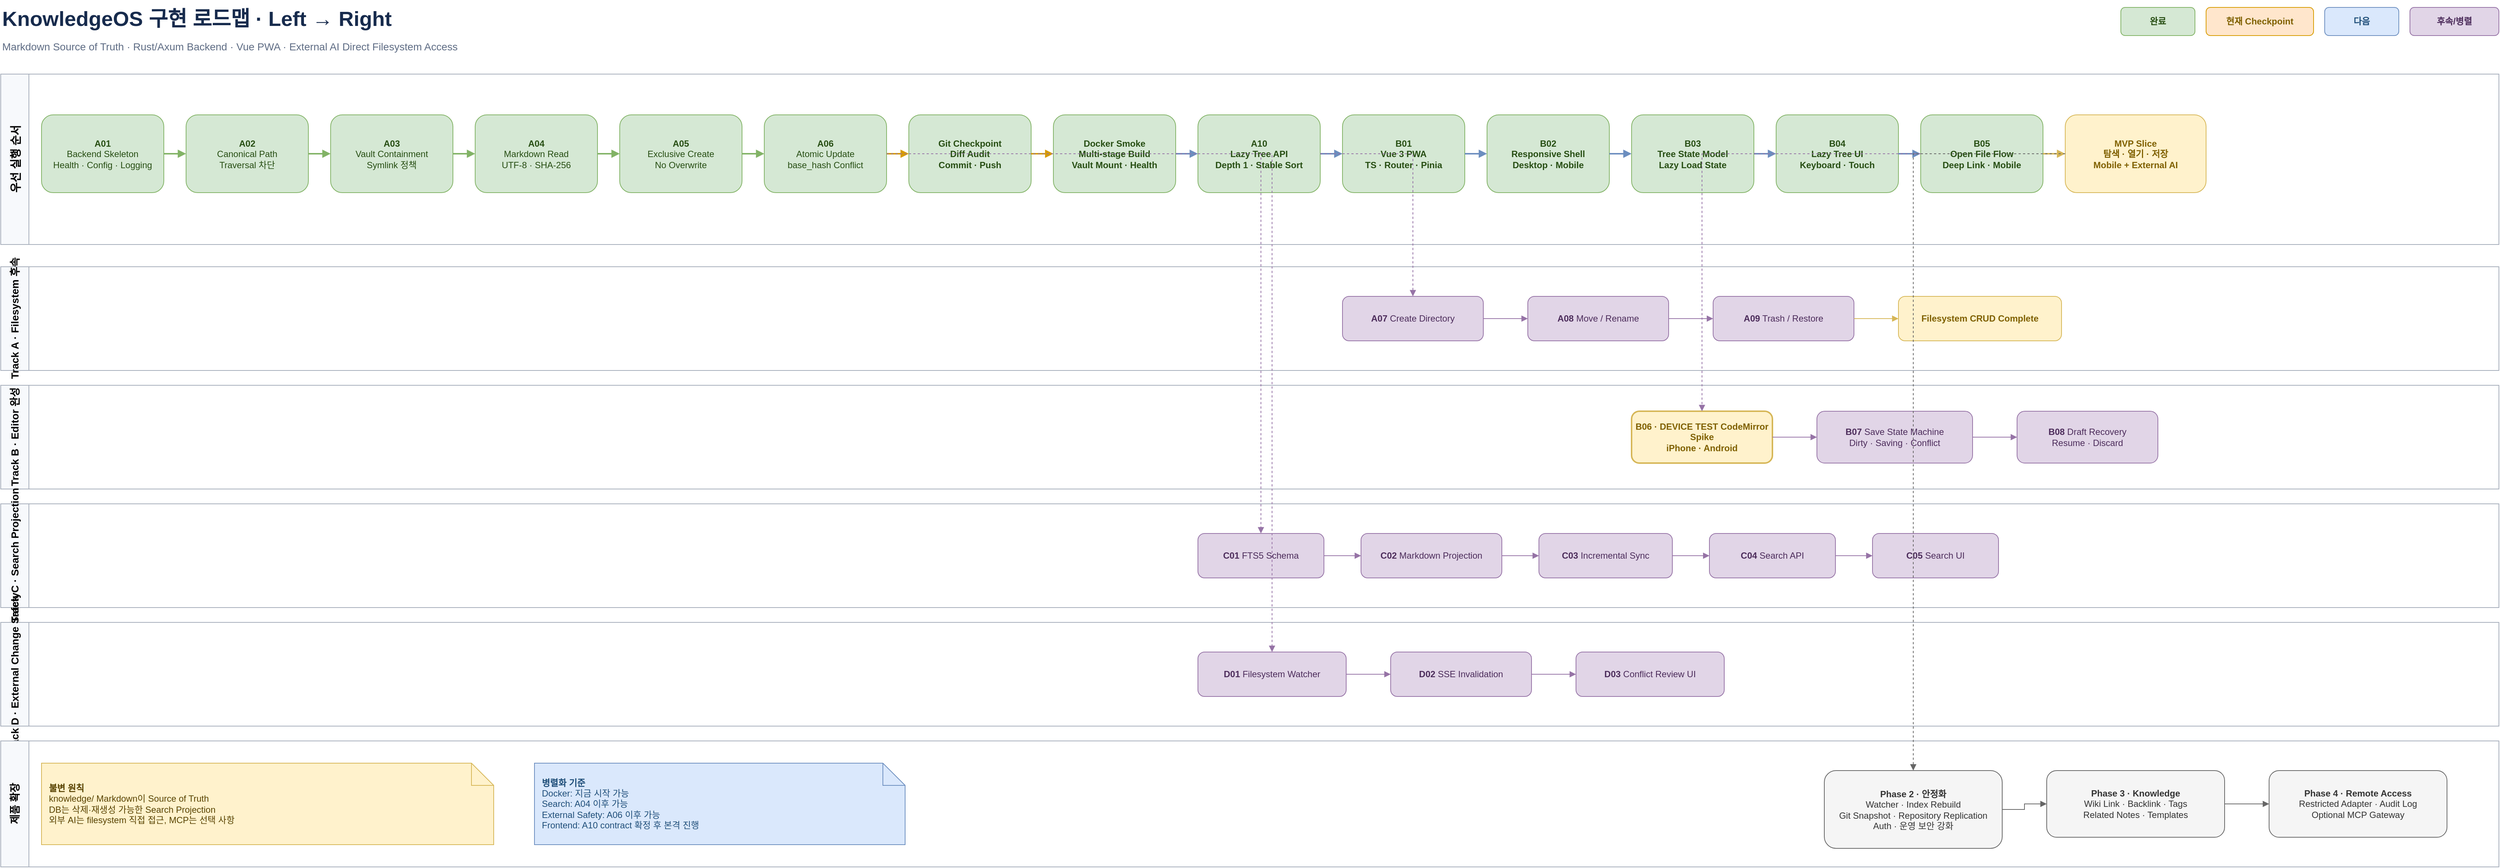
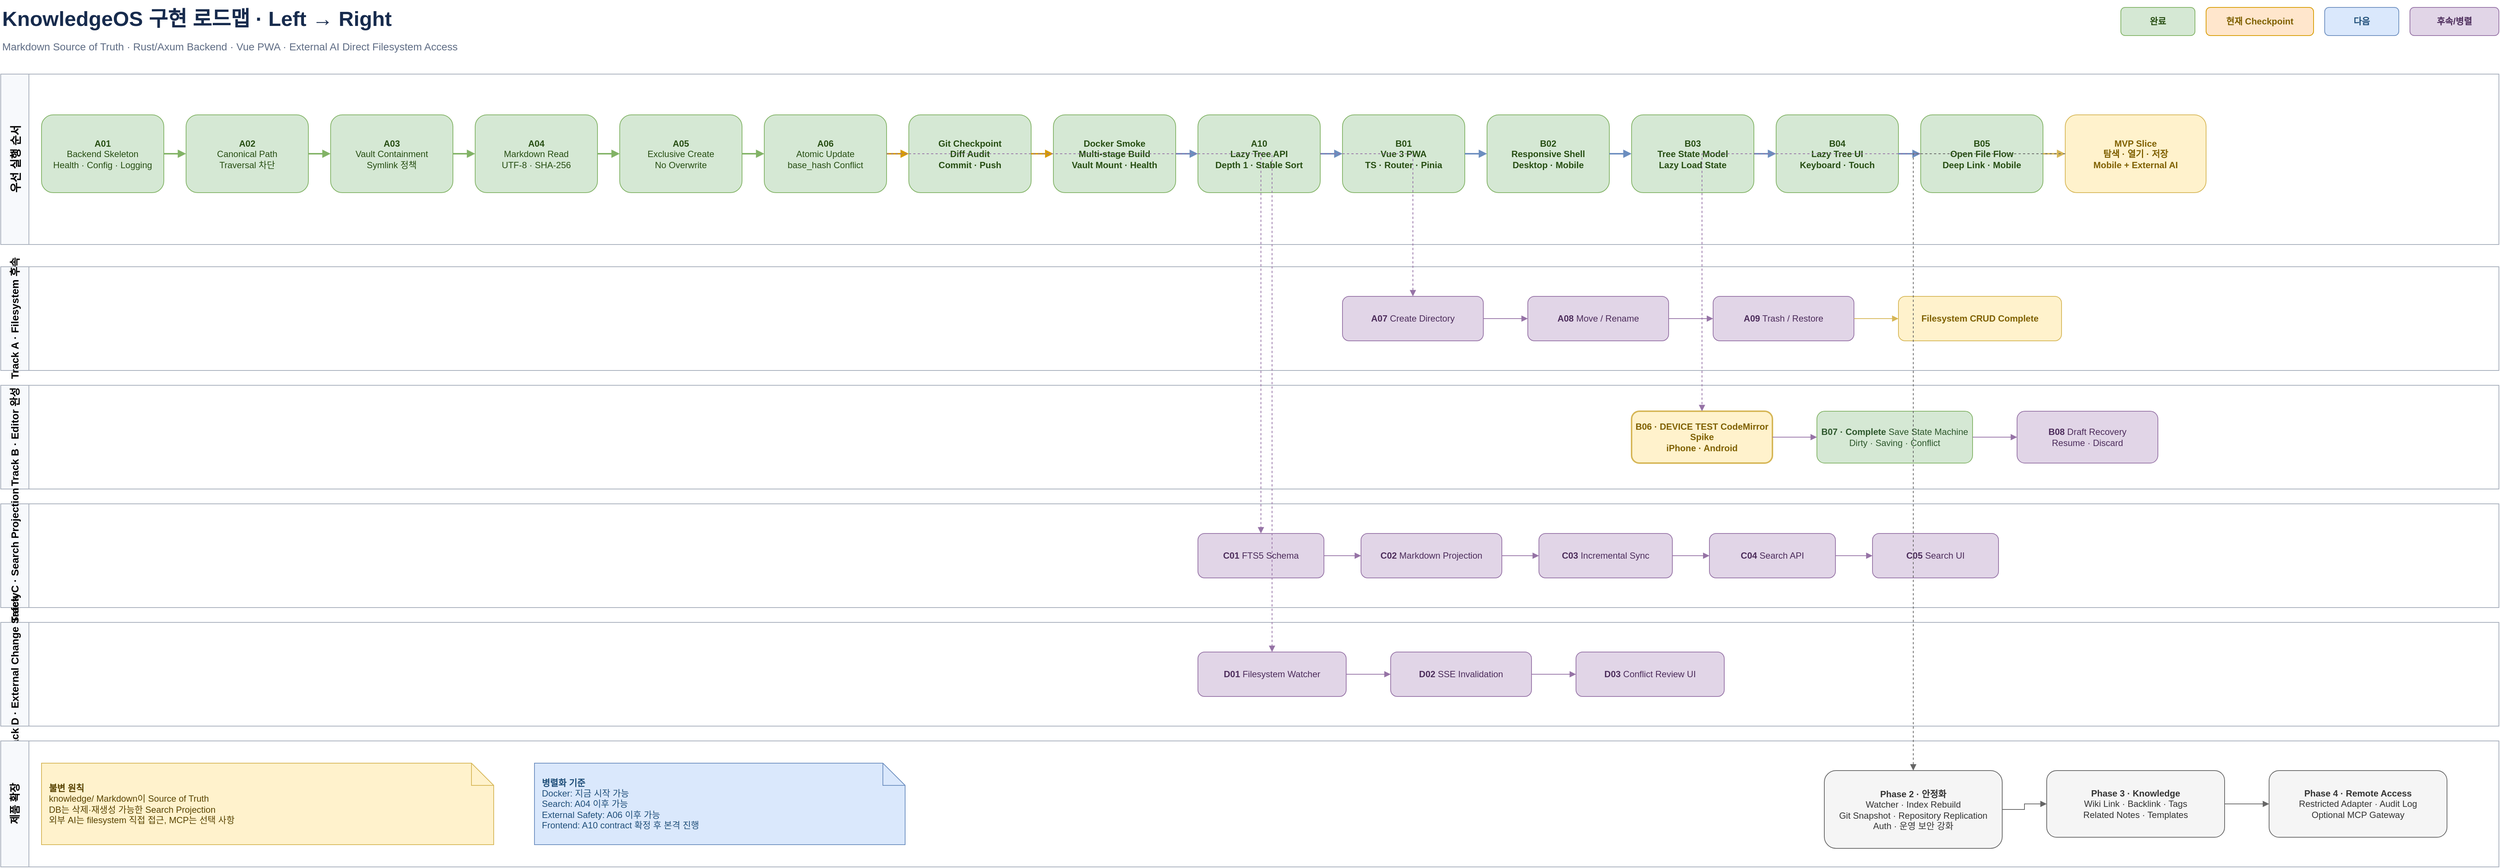
<mxfile host="app.diagrams.net" modified="2026-07-19T00:00:00.000Z" agent="KnowledgeOS" version="26.0.9" type="device">
  <diagram id="knowledgeos-roadmap" name="KnowledgeOS Roadmap">
    <mxGraphModel dx="1600" dy="900" grid="1" gridSize="10" guides="1" tooltips="1" connect="1" arrows="1" fold="1" page="1" pageScale="1" pageWidth="4000" pageHeight="1400" math="0" shadow="0">
      <root>
        <mxCell id="0"/>
        <mxCell id="1" parent="0"/>

        <mxCell id="title" value="KnowledgeOS 구현 로드맵 · Left → Right" style="text;html=1;align=left;verticalAlign=middle;fontSize=28;fontStyle=1;fontColor=#172B4D;" vertex="1" parent="1">
          <mxGeometry x="40" y="20" width="760" height="50" as="geometry"/>
        </mxCell>
        <mxCell id="subtitle" value="Markdown Source of Truth · Rust/Axum Backend · Vue PWA · External AI Direct Filesystem Access" style="text;html=1;align=left;verticalAlign=middle;fontSize=14;fontColor=#5E6C84;" vertex="1" parent="1">
          <mxGeometry x="40" y="68" width="1100" height="30" as="geometry"/>
        </mxCell>

        <mxCell id="legend_done" value="완료" style="rounded=1;whiteSpace=wrap;html=1;fillColor=#D5E8D4;strokeColor=#82B366;fontColor=#274E13;fontStyle=1;" vertex="1" parent="1">
          <mxGeometry x="2900" y="30" width="100" height="38" as="geometry"/>
        </mxCell>
        <mxCell id="legend_now" value="현재 Checkpoint" style="rounded=1;whiteSpace=wrap;html=1;fillColor=#FFE6CC;strokeColor=#D79B00;fontColor=#7F6000;fontStyle=1;" vertex="1" parent="1">
          <mxGeometry x="3015" y="30" width="145" height="38" as="geometry"/>
        </mxCell>
        <mxCell id="legend_next" value="다음" style="rounded=1;whiteSpace=wrap;html=1;fillColor=#DAE8FC;strokeColor=#6C8EBF;fontColor=#1F4E79;fontStyle=1;" vertex="1" parent="1">
          <mxGeometry x="3175" y="30" width="100" height="38" as="geometry"/>
        </mxCell>
        <mxCell id="legend_later" value="후속/병렬" style="rounded=1;whiteSpace=wrap;html=1;fillColor=#E1D5E7;strokeColor=#9673A6;fontColor=#4C2C5B;fontStyle=1;" vertex="1" parent="1">
          <mxGeometry x="3290" y="30" width="120" height="38" as="geometry"/>
        </mxCell>

        <mxCell id="lane_main" value="우선 실행 순서" style="swimlane;html=1;horizontal=0;startSize=38;fillColor=#F7F9FC;swimlaneFillColor=#FFFFFF;strokeColor=#A5ADBA;fontStyle=1;fontSize=15;" vertex="1" parent="1">
          <mxGeometry x="40" y="120" width="3370" height="230" as="geometry"/>
        </mxCell>
        <mxCell id="lane_fs" value="Track A · Filesystem 후속" style="swimlane;html=1;horizontal=0;startSize=38;fillColor=#F7F9FC;swimlaneFillColor=#FFFFFF;strokeColor=#A5ADBA;fontStyle=1;fontSize=14;" vertex="1" parent="1">
          <mxGeometry x="40" y="380" width="3370" height="140" as="geometry"/>
        </mxCell>
        <mxCell id="lane_editor" value="Track B · Editor 완성" style="swimlane;html=1;horizontal=0;startSize=38;fillColor=#F7F9FC;swimlaneFillColor=#FFFFFF;strokeColor=#A5ADBA;fontStyle=1;fontSize=14;" vertex="1" parent="1">
          <mxGeometry x="40" y="540" width="3370" height="140" as="geometry"/>
        </mxCell>
        <mxCell id="lane_search" value="Track C · Search Projection" style="swimlane;html=1;horizontal=0;startSize=38;fillColor=#F7F9FC;swimlaneFillColor=#FFFFFF;strokeColor=#A5ADBA;fontStyle=1;fontSize=14;" vertex="1" parent="1">
          <mxGeometry x="40" y="700" width="3370" height="140" as="geometry"/>
        </mxCell>
        <mxCell id="lane_external" value="Track D · External Change Safety" style="swimlane;html=1;horizontal=0;startSize=38;fillColor=#F7F9FC;swimlaneFillColor=#FFFFFF;strokeColor=#A5ADBA;fontStyle=1;fontSize=14;" vertex="1" parent="1">
          <mxGeometry x="40" y="860" width="3370" height="140" as="geometry"/>
        </mxCell>
        <mxCell id="lane_future" value="제품 확장" style="swimlane;html=1;horizontal=0;startSize=38;fillColor=#F7F9FC;swimlaneFillColor=#FFFFFF;strokeColor=#A5ADBA;fontStyle=1;fontSize=14;" vertex="1" parent="1">
          <mxGeometry x="40" y="1020" width="3370" height="170" as="geometry"/>
        </mxCell>

        <mxCell id="a01" value="&lt;b&gt;A01&lt;/b&gt;&#xa;Backend Skeleton&#xa;Health · Config · Logging" style="rounded=1;whiteSpace=wrap;html=1;fillColor=#D5E8D4;strokeColor=#82B366;fontColor=#274E13;" vertex="1" parent="1"><mxGeometry x="95" y="175" width="165" height="105" as="geometry"/></mxCell>
        <mxCell id="a02" value="&lt;b&gt;A02&lt;/b&gt;&#xa;Canonical Path&#xa;Traversal 차단" style="rounded=1;whiteSpace=wrap;html=1;fillColor=#D5E8D4;strokeColor=#82B366;fontColor=#274E13;" vertex="1" parent="1"><mxGeometry x="290" y="175" width="165" height="105" as="geometry"/></mxCell>
        <mxCell id="a03" value="&lt;b&gt;A03&lt;/b&gt;&#xa;Vault Containment&#xa;Symlink 정책" style="rounded=1;whiteSpace=wrap;html=1;fillColor=#D5E8D4;strokeColor=#82B366;fontColor=#274E13;" vertex="1" parent="1"><mxGeometry x="485" y="175" width="165" height="105" as="geometry"/></mxCell>
        <mxCell id="a04" value="&lt;b&gt;A04&lt;/b&gt;&#xa;Markdown Read&#xa;UTF-8 · SHA-256" style="rounded=1;whiteSpace=wrap;html=1;fillColor=#D5E8D4;strokeColor=#82B366;fontColor=#274E13;" vertex="1" parent="1"><mxGeometry x="680" y="175" width="165" height="105" as="geometry"/></mxCell>
        <mxCell id="a05" value="&lt;b&gt;A05&lt;/b&gt;&#xa;Exclusive Create&#xa;No Overwrite" style="rounded=1;whiteSpace=wrap;html=1;fillColor=#D5E8D4;strokeColor=#82B366;fontColor=#274E13;" vertex="1" parent="1"><mxGeometry x="875" y="175" width="165" height="105" as="geometry"/></mxCell>
        <mxCell id="a06" value="&lt;b&gt;A06&lt;/b&gt;&#xa;Atomic Update&#xa;base_hash Conflict" style="rounded=1;whiteSpace=wrap;html=1;fillColor=#D5E8D4;strokeColor=#82B366;fontColor=#274E13;" vertex="1" parent="1"><mxGeometry x="1070" y="175" width="165" height="105" as="geometry"/></mxCell>
        <mxCell id="git_checkpoint" value="&lt;b&gt;Git Checkpoint&lt;/b&gt;&#xa;Diff Audit&#xa;Commit · Push" style="rounded=1;whiteSpace=wrap;html=1;fillColor=#D5E8D4;strokeColor=#82B366;fontColor=#274E13;fontStyle=1;" vertex="1" parent="1"><mxGeometry x="1265" y="175" width="165" height="105" as="geometry"/></mxCell>
        <mxCell id="docker" value="&lt;b&gt;Docker Smoke&lt;/b&gt;&#xa;Multi-stage Build&#xa;Vault Mount · Health" style="rounded=1;whiteSpace=wrap;html=1;fillColor=#D5E8D4;strokeColor=#82B366;fontColor=#274E13;fontStyle=1;" vertex="1" parent="1"><mxGeometry x="1460" y="175" width="165" height="105" as="geometry"/></mxCell>
        <mxCell id="a10" value="&lt;b&gt;A10&lt;/b&gt;&#xa;Lazy Tree API&#xa;Depth 1 · Stable Sort" style="rounded=1;whiteSpace=wrap;html=1;fillColor=#D5E8D4;strokeColor=#82B366;fontColor=#274E13;fontStyle=1;" vertex="1" parent="1"><mxGeometry x="1655" y="175" width="165" height="105" as="geometry"/></mxCell>
        <mxCell id="b01" value="&lt;b&gt;B01&lt;/b&gt;&#xa;Vue 3 PWA&#xa;TS · Router · Pinia" style="rounded=1;whiteSpace=wrap;html=1;fillColor=#D5E8D4;strokeColor=#82B366;fontColor=#274E13;fontStyle=1;" vertex="1" parent="1"><mxGeometry x="1850" y="175" width="165" height="105" as="geometry"/></mxCell>
        <mxCell id="b02" value="&lt;b&gt;B02&lt;/b&gt;&#xa;Responsive Shell&#xa;Desktop · Mobile" style="rounded=1;whiteSpace=wrap;html=1;fillColor=#D5E8D4;strokeColor=#82B366;fontColor=#274E13;fontStyle=1;" vertex="1" parent="1"><mxGeometry x="2045" y="175" width="165" height="105" as="geometry"/></mxCell>
        <mxCell id="b03" value="&lt;b&gt;B03&lt;/b&gt;&#xa;Tree State Model&#xa;Lazy Load State" style="rounded=1;whiteSpace=wrap;html=1;fillColor=#D5E8D4;strokeColor=#82B366;fontColor=#274E13;fontStyle=1;" vertex="1" parent="1"><mxGeometry x="2240" y="175" width="165" height="105" as="geometry"/></mxCell>
        <mxCell id="b04" value="&lt;b&gt;B04&lt;/b&gt;&#xa;Lazy Tree UI&#xa;Keyboard · Touch" style="rounded=1;whiteSpace=wrap;html=1;fillColor=#D5E8D4;strokeColor=#82B366;fontColor=#274E13;fontStyle=1;" vertex="1" parent="1"><mxGeometry x="2435" y="175" width="165" height="105" as="geometry"/></mxCell>
        <mxCell id="b05" value="&lt;b&gt;B05&lt;/b&gt;&#xa;Open File Flow&#xa;Deep Link · Mobile" style="rounded=1;whiteSpace=wrap;html=1;fillColor=#D5E8D4;strokeColor=#82B366;fontColor=#274E13;fontStyle=1;" vertex="1" parent="1"><mxGeometry x="2630" y="175" width="165" height="105" as="geometry"/></mxCell>
        <mxCell id="mvp_slice" value="&lt;b&gt;MVP Slice&lt;/b&gt;&#xa;탐색 · 열기 · 저장&#xa;Mobile + External AI" style="rounded=1;whiteSpace=wrap;html=1;fillColor=#FFF2CC;strokeColor=#D6B656;fontColor=#7F6000;fontStyle=1;" vertex="1" parent="1"><mxGeometry x="2825" y="175" width="190" height="105" as="geometry"/></mxCell>

        <mxCell id="a07" value="&lt;b&gt;A07&lt;/b&gt; Create Directory" style="rounded=1;whiteSpace=wrap;html=1;fillColor=#E1D5E7;strokeColor=#9673A6;fontColor=#4C2C5B;" vertex="1" parent="1"><mxGeometry x="1850" y="420" width="190" height="60" as="geometry"/></mxCell>
        <mxCell id="a08" value="&lt;b&gt;A08&lt;/b&gt; Move / Rename" style="rounded=1;whiteSpace=wrap;html=1;fillColor=#E1D5E7;strokeColor=#9673A6;fontColor=#4C2C5B;" vertex="1" parent="1"><mxGeometry x="2100" y="420" width="190" height="60" as="geometry"/></mxCell>
        <mxCell id="a09" value="&lt;b&gt;A09&lt;/b&gt; Trash / Restore" style="rounded=1;whiteSpace=wrap;html=1;fillColor=#E1D5E7;strokeColor=#9673A6;fontColor=#4C2C5B;" vertex="1" parent="1"><mxGeometry x="2350" y="420" width="190" height="60" as="geometry"/></mxCell>
        <mxCell id="fs_complete" value="Filesystem CRUD Complete" style="rounded=1;whiteSpace=wrap;html=1;fillColor=#FFF2CC;strokeColor=#D6B656;fontColor=#7F6000;fontStyle=1;" vertex="1" parent="1"><mxGeometry x="2600" y="420" width="220" height="60" as="geometry"/></mxCell>

        <mxCell id="b06" value="&lt;b&gt;B06 · DEVICE TEST&lt;/b&gt; CodeMirror Spike&#xa;iPhone · Android" style="rounded=1;whiteSpace=wrap;html=1;fillColor=#FFF2CC;strokeColor=#D6B656;fontColor=#7F6000;fontStyle=1;strokeWidth=2;" vertex="1" parent="1"><mxGeometry x="2240" y="575" width="190" height="70" as="geometry"/></mxCell>
-         <mxCell id="b07" value="&lt;b&gt;B07&lt;/b&gt; Save State Machine&#xa;Dirty · Saving · Conflict" style="rounded=1;whiteSpace=wrap;html=1;fillColor=#E1D5E7;strokeColor=#9673A6;fontColor=#4C2C5B;" vertex="1" parent="1"><mxGeometry x="2490" y="575" width="210" height="70" as="geometry"/></mxCell>
+         <mxCell id="b07" value="&lt;b&gt;B07 · Complete&lt;/b&gt; Save State Machine&#xa;Dirty · Saving · Conflict" style="rounded=1;whiteSpace=wrap;html=1;fillColor=#D5E8D4;strokeColor=#82B366;fontColor=#2D572C;" vertex="1" parent="1"><mxGeometry x="2490" y="575" width="210" height="70" as="geometry"/></mxCell>
        <mxCell id="b08" value="&lt;b&gt;B08&lt;/b&gt; Draft Recovery&#xa;Resume · Discard" style="rounded=1;whiteSpace=wrap;html=1;fillColor=#E1D5E7;strokeColor=#9673A6;fontColor=#4C2C5B;" vertex="1" parent="1"><mxGeometry x="2760" y="575" width="190" height="70" as="geometry"/></mxCell>

        <mxCell id="c01" value="&lt;b&gt;C01&lt;/b&gt; FTS5 Schema" style="rounded=1;whiteSpace=wrap;html=1;fillColor=#E1D5E7;strokeColor=#9673A6;fontColor=#4C2C5B;" vertex="1" parent="1"><mxGeometry x="1655" y="740" width="170" height="60" as="geometry"/></mxCell>
        <mxCell id="c02" value="&lt;b&gt;C02&lt;/b&gt; Markdown Projection" style="rounded=1;whiteSpace=wrap;html=1;fillColor=#E1D5E7;strokeColor=#9673A6;fontColor=#4C2C5B;" vertex="1" parent="1"><mxGeometry x="1875" y="740" width="190" height="60" as="geometry"/></mxCell>
        <mxCell id="c03" value="&lt;b&gt;C03&lt;/b&gt; Incremental Sync" style="rounded=1;whiteSpace=wrap;html=1;fillColor=#E1D5E7;strokeColor=#9673A6;fontColor=#4C2C5B;" vertex="1" parent="1"><mxGeometry x="2115" y="740" width="180" height="60" as="geometry"/></mxCell>
        <mxCell id="c04" value="&lt;b&gt;C04&lt;/b&gt; Search API" style="rounded=1;whiteSpace=wrap;html=1;fillColor=#E1D5E7;strokeColor=#9673A6;fontColor=#4C2C5B;" vertex="1" parent="1"><mxGeometry x="2345" y="740" width="170" height="60" as="geometry"/></mxCell>
        <mxCell id="c05" value="&lt;b&gt;C05&lt;/b&gt; Search UI" style="rounded=1;whiteSpace=wrap;html=1;fillColor=#E1D5E7;strokeColor=#9673A6;fontColor=#4C2C5B;" vertex="1" parent="1"><mxGeometry x="2565" y="740" width="170" height="60" as="geometry"/></mxCell>

        <mxCell id="d01" value="&lt;b&gt;D01&lt;/b&gt; Filesystem Watcher" style="rounded=1;whiteSpace=wrap;html=1;fillColor=#E1D5E7;strokeColor=#9673A6;fontColor=#4C2C5B;" vertex="1" parent="1"><mxGeometry x="1655" y="900" width="200" height="60" as="geometry"/></mxCell>
        <mxCell id="d02" value="&lt;b&gt;D02&lt;/b&gt; SSE Invalidation" style="rounded=1;whiteSpace=wrap;html=1;fillColor=#E1D5E7;strokeColor=#9673A6;fontColor=#4C2C5B;" vertex="1" parent="1"><mxGeometry x="1915" y="900" width="190" height="60" as="geometry"/></mxCell>
        <mxCell id="d03" value="&lt;b&gt;D03&lt;/b&gt; Conflict Review UI" style="rounded=1;whiteSpace=wrap;html=1;fillColor=#E1D5E7;strokeColor=#9673A6;fontColor=#4C2C5B;" vertex="1" parent="1"><mxGeometry x="2165" y="900" width="200" height="60" as="geometry"/></mxCell>

        <mxCell id="phase2" value="&lt;b&gt;Phase 2 · 안정화&lt;/b&gt;&#xa;Watcher · Index Rebuild&#xa;Git Snapshot · Repository Replication&#xa;Auth · 운영 보안 강화" style="rounded=1;whiteSpace=wrap;html=1;fillColor=#F5F5F5;strokeColor=#666666;fontColor=#333333;" vertex="1" parent="1"><mxGeometry x="2500" y="1060" width="240" height="105" as="geometry"/></mxCell>
        <mxCell id="phase3" value="&lt;b&gt;Phase 3 · Knowledge&lt;/b&gt;&#xa;Wiki Link · Backlink · Tags&#xa;Related Notes · Templates" style="rounded=1;whiteSpace=wrap;html=1;fillColor=#F5F5F5;strokeColor=#666666;fontColor=#333333;" vertex="1" parent="1"><mxGeometry x="2800" y="1060" width="240" height="90" as="geometry"/></mxCell>
        <mxCell id="phase4" value="&lt;b&gt;Phase 4 · Remote Access&lt;/b&gt;&#xa;Restricted Adapter · Audit Log&#xa;Optional MCP Gateway" style="rounded=1;whiteSpace=wrap;html=1;fillColor=#F5F5F5;strokeColor=#666666;fontColor=#333333;" vertex="1" parent="1"><mxGeometry x="3100" y="1060" width="240" height="90" as="geometry"/></mxCell>

        <mxCell id="note_source" value="&lt;b&gt;불변 원칙&lt;/b&gt;&#xa;knowledge/ Markdown이 Source of Truth&#xa;DB는 삭제·재생성 가능한 Search Projection&#xa;외부 AI는 filesystem 직접 접근, MCP는 선택 사항" style="shape=note;whiteSpace=wrap;html=1;fillColor=#FFF2CC;strokeColor=#D6B656;fontColor=#594300;align=left;spacing=10;" vertex="1" parent="1"><mxGeometry x="95" y="1050" width="610" height="110" as="geometry"/></mxCell>
        <mxCell id="note_parallel" value="&lt;b&gt;병렬화 기준&lt;/b&gt;&#xa;Docker: 지금 시작 가능&#xa;Search: A04 이후 가능&#xa;External Safety: A06 이후 가능&#xa;Frontend: A10 contract 확정 후 본격 진행" style="shape=note;whiteSpace=wrap;html=1;fillColor=#DAE8FC;strokeColor=#6C8EBF;fontColor=#1F4E79;align=left;spacing=10;" vertex="1" parent="1"><mxGeometry x="760" y="1050" width="500" height="110" as="geometry"/></mxCell>

        <mxCell id="e_a01_a02" style="edgeStyle=orthogonalEdgeStyle;rounded=0;orthogonalLoop=1;jettySize=auto;html=1;endArrow=block;strokeColor=#82B366;strokeWidth=2;" edge="1" parent="1" source="a01" target="a02"><mxGeometry relative="1" as="geometry"/></mxCell>
        <mxCell id="e_a02_a03" style="edgeStyle=orthogonalEdgeStyle;rounded=0;orthogonalLoop=1;jettySize=auto;html=1;endArrow=block;strokeColor=#82B366;strokeWidth=2;" edge="1" parent="1" source="a02" target="a03"><mxGeometry relative="1" as="geometry"/></mxCell>
        <mxCell id="e_a03_a04" style="edgeStyle=orthogonalEdgeStyle;rounded=0;orthogonalLoop=1;jettySize=auto;html=1;endArrow=block;strokeColor=#82B366;strokeWidth=2;" edge="1" parent="1" source="a03" target="a04"><mxGeometry relative="1" as="geometry"/></mxCell>
        <mxCell id="e_a04_a05" style="edgeStyle=orthogonalEdgeStyle;rounded=0;orthogonalLoop=1;jettySize=auto;html=1;endArrow=block;strokeColor=#82B366;strokeWidth=2;" edge="1" parent="1" source="a04" target="a05"><mxGeometry relative="1" as="geometry"/></mxCell>
        <mxCell id="e_a05_a06" style="edgeStyle=orthogonalEdgeStyle;rounded=0;orthogonalLoop=1;jettySize=auto;html=1;endArrow=block;strokeColor=#82B366;strokeWidth=2;" edge="1" parent="1" source="a05" target="a06"><mxGeometry relative="1" as="geometry"/></mxCell>
        <mxCell id="e_a06_git" style="edgeStyle=orthogonalEdgeStyle;rounded=0;orthogonalLoop=1;jettySize=auto;html=1;endArrow=block;strokeColor=#D79B00;strokeWidth=2;" edge="1" parent="1" source="a06" target="git_checkpoint"><mxGeometry relative="1" as="geometry"/></mxCell>
        <mxCell id="e_git_docker" style="edgeStyle=orthogonalEdgeStyle;rounded=0;orthogonalLoop=1;jettySize=auto;html=1;endArrow=block;strokeColor=#D79B00;strokeWidth=2;" edge="1" parent="1" source="git_checkpoint" target="docker"><mxGeometry relative="1" as="geometry"/></mxCell>
        <mxCell id="e_docker_a10" style="edgeStyle=orthogonalEdgeStyle;rounded=0;orthogonalLoop=1;jettySize=auto;html=1;endArrow=block;strokeColor=#6C8EBF;strokeWidth=2;" edge="1" parent="1" source="docker" target="a10"><mxGeometry relative="1" as="geometry"/></mxCell>
        <mxCell id="e_a10_b01" style="edgeStyle=orthogonalEdgeStyle;rounded=0;orthogonalLoop=1;jettySize=auto;html=1;endArrow=block;strokeColor=#6C8EBF;strokeWidth=2;" edge="1" parent="1" source="a10" target="b01"><mxGeometry relative="1" as="geometry"/></mxCell>
        <mxCell id="e_b01_b02" style="edgeStyle=orthogonalEdgeStyle;rounded=0;orthogonalLoop=1;jettySize=auto;html=1;endArrow=block;strokeColor=#6C8EBF;strokeWidth=2;" edge="1" parent="1" source="b01" target="b02"><mxGeometry relative="1" as="geometry"/></mxCell>
        <mxCell id="e_b02_b03" style="edgeStyle=orthogonalEdgeStyle;rounded=0;orthogonalLoop=1;jettySize=auto;html=1;endArrow=block;strokeColor=#6C8EBF;strokeWidth=2;" edge="1" parent="1" source="b02" target="b03"><mxGeometry relative="1" as="geometry"/></mxCell>
        <mxCell id="e_b03_b04" style="edgeStyle=orthogonalEdgeStyle;rounded=0;orthogonalLoop=1;jettySize=auto;html=1;endArrow=block;strokeColor=#6C8EBF;strokeWidth=2;" edge="1" parent="1" source="b03" target="b04"><mxGeometry relative="1" as="geometry"/></mxCell>
        <mxCell id="e_b04_b05" style="edgeStyle=orthogonalEdgeStyle;rounded=0;orthogonalLoop=1;jettySize=auto;html=1;endArrow=block;strokeColor=#6C8EBF;strokeWidth=2;" edge="1" parent="1" source="b04" target="b05"><mxGeometry relative="1" as="geometry"/></mxCell>
        <mxCell id="e_b05_mvp" style="edgeStyle=orthogonalEdgeStyle;rounded=0;orthogonalLoop=1;jettySize=auto;html=1;endArrow=block;strokeColor=#D6B656;strokeWidth=2;" edge="1" parent="1" source="b05" target="mvp_slice"><mxGeometry relative="1" as="geometry"/></mxCell>

        <mxCell id="e_a10_a07" style="edgeStyle=orthogonalEdgeStyle;rounded=0;orthogonalLoop=1;jettySize=auto;html=1;endArrow=block;dashed=1;strokeColor=#9673A6;" edge="1" parent="1" source="a10" target="a07"><mxGeometry relative="1" as="geometry"/></mxCell>
        <mxCell id="e_a07_a08" style="edgeStyle=orthogonalEdgeStyle;rounded=0;html=1;endArrow=block;strokeColor=#9673A6;" edge="1" parent="1" source="a07" target="a08"><mxGeometry relative="1" as="geometry"/></mxCell>
        <mxCell id="e_a08_a09" style="edgeStyle=orthogonalEdgeStyle;rounded=0;html=1;endArrow=block;strokeColor=#9673A6;" edge="1" parent="1" source="a08" target="a09"><mxGeometry relative="1" as="geometry"/></mxCell>
        <mxCell id="e_a09_fs" style="edgeStyle=orthogonalEdgeStyle;rounded=0;html=1;endArrow=block;strokeColor=#D6B656;" edge="1" parent="1" source="a09" target="fs_complete"><mxGeometry relative="1" as="geometry"/></mxCell>

        <mxCell id="e_b05_b06" style="edgeStyle=orthogonalEdgeStyle;rounded=0;html=1;endArrow=block;dashed=1;strokeColor=#9673A6;" edge="1" parent="1" source="b05" target="b06"><mxGeometry relative="1" as="geometry"/></mxCell>
        <mxCell id="e_b06_b07" style="edgeStyle=orthogonalEdgeStyle;rounded=0;html=1;endArrow=block;strokeColor=#9673A6;" edge="1" parent="1" source="b06" target="b07"><mxGeometry relative="1" as="geometry"/></mxCell>
        <mxCell id="e_b07_b08" style="edgeStyle=orthogonalEdgeStyle;rounded=0;html=1;endArrow=block;strokeColor=#9673A6;" edge="1" parent="1" source="b07" target="b08"><mxGeometry relative="1" as="geometry"/></mxCell>

        <mxCell id="e_docker_c01" style="edgeStyle=orthogonalEdgeStyle;rounded=0;html=1;endArrow=block;dashed=1;strokeColor=#9673A6;" edge="1" parent="1" source="docker" target="c01"><mxGeometry relative="1" as="geometry"/></mxCell>
        <mxCell id="e_c01_c02" style="edgeStyle=orthogonalEdgeStyle;rounded=0;html=1;endArrow=block;strokeColor=#9673A6;" edge="1" parent="1" source="c01" target="c02"><mxGeometry relative="1" as="geometry"/></mxCell>
        <mxCell id="e_c02_c03" style="edgeStyle=orthogonalEdgeStyle;rounded=0;html=1;endArrow=block;strokeColor=#9673A6;" edge="1" parent="1" source="c02" target="c03"><mxGeometry relative="1" as="geometry"/></mxCell>
        <mxCell id="e_c03_c04" style="edgeStyle=orthogonalEdgeStyle;rounded=0;html=1;endArrow=block;strokeColor=#9673A6;" edge="1" parent="1" source="c03" target="c04"><mxGeometry relative="1" as="geometry"/></mxCell>
        <mxCell id="e_c04_c05" style="edgeStyle=orthogonalEdgeStyle;rounded=0;html=1;endArrow=block;strokeColor=#9673A6;" edge="1" parent="1" source="c04" target="c05"><mxGeometry relative="1" as="geometry"/></mxCell>

        <mxCell id="e_a06_d01" style="edgeStyle=orthogonalEdgeStyle;rounded=0;html=1;endArrow=block;dashed=1;strokeColor=#9673A6;" edge="1" parent="1" source="a06" target="d01"><mxGeometry relative="1" as="geometry"/></mxCell>
        <mxCell id="e_d01_d02" style="edgeStyle=orthogonalEdgeStyle;rounded=0;html=1;endArrow=block;strokeColor=#9673A6;" edge="1" parent="1" source="d01" target="d02"><mxGeometry relative="1" as="geometry"/></mxCell>
        <mxCell id="e_d02_d03" style="edgeStyle=orthogonalEdgeStyle;rounded=0;html=1;endArrow=block;strokeColor=#9673A6;" edge="1" parent="1" source="d02" target="d03"><mxGeometry relative="1" as="geometry"/></mxCell>

        <mxCell id="e_mvp_phase2" style="edgeStyle=orthogonalEdgeStyle;rounded=0;html=1;endArrow=block;dashed=1;strokeColor=#666666;" edge="1" parent="1" source="mvp_slice" target="phase2"><mxGeometry relative="1" as="geometry"/></mxCell>
        <mxCell id="e_phase2_phase3" style="edgeStyle=orthogonalEdgeStyle;rounded=0;html=1;endArrow=block;strokeColor=#666666;" edge="1" parent="1" source="phase2" target="phase3"><mxGeometry relative="1" as="geometry"/></mxCell>
        <mxCell id="e_phase3_phase4" style="edgeStyle=orthogonalEdgeStyle;rounded=0;html=1;endArrow=block;strokeColor=#666666;" edge="1" parent="1" source="phase3" target="phase4"><mxGeometry relative="1" as="geometry"/></mxCell>
      </root>
    </mxGraphModel>
  </diagram>
</mxfile>
